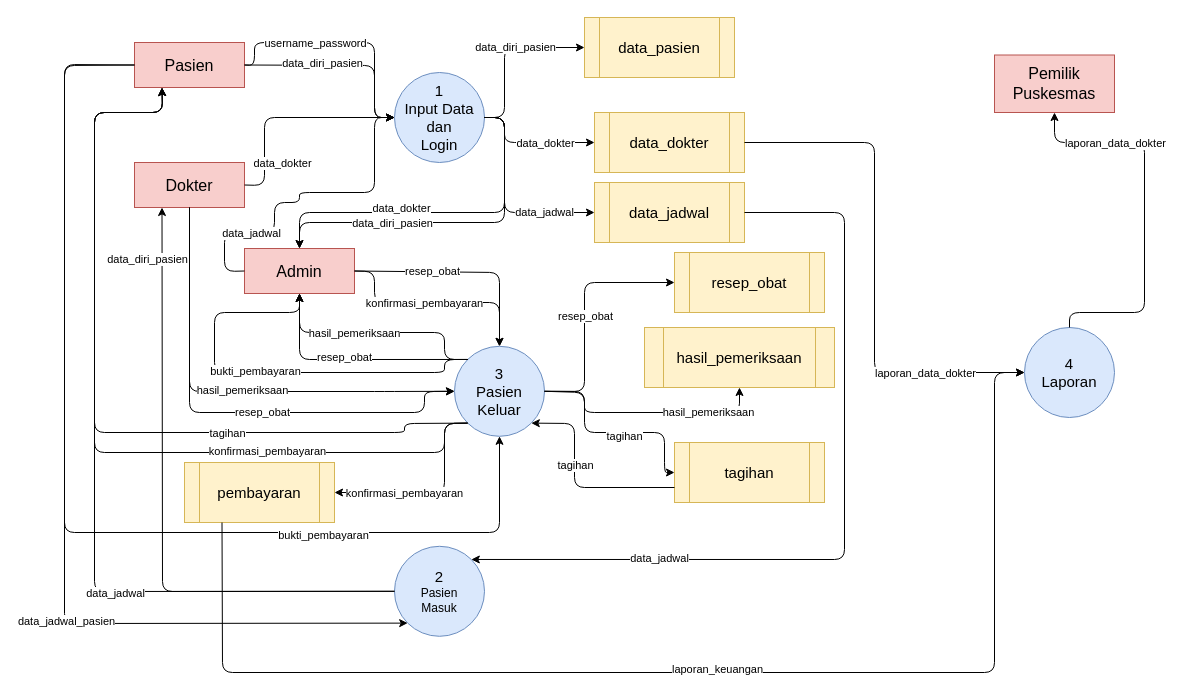
Earlier version of the draw.io diagram Sistem Informasi Puskesmas/DFD Level 0(drawio).drawio (rshby/Belajar_Sertifikasi_System_Analist). Source tidied: cells renumbered, new cells numbered last; positions are measured from the earlier drawing's top-left corner, leaving out a move shared by most shapes. Both pictures are drawn from the tidied source at 100%, with x=0, y=0 at pixel (64, 17).
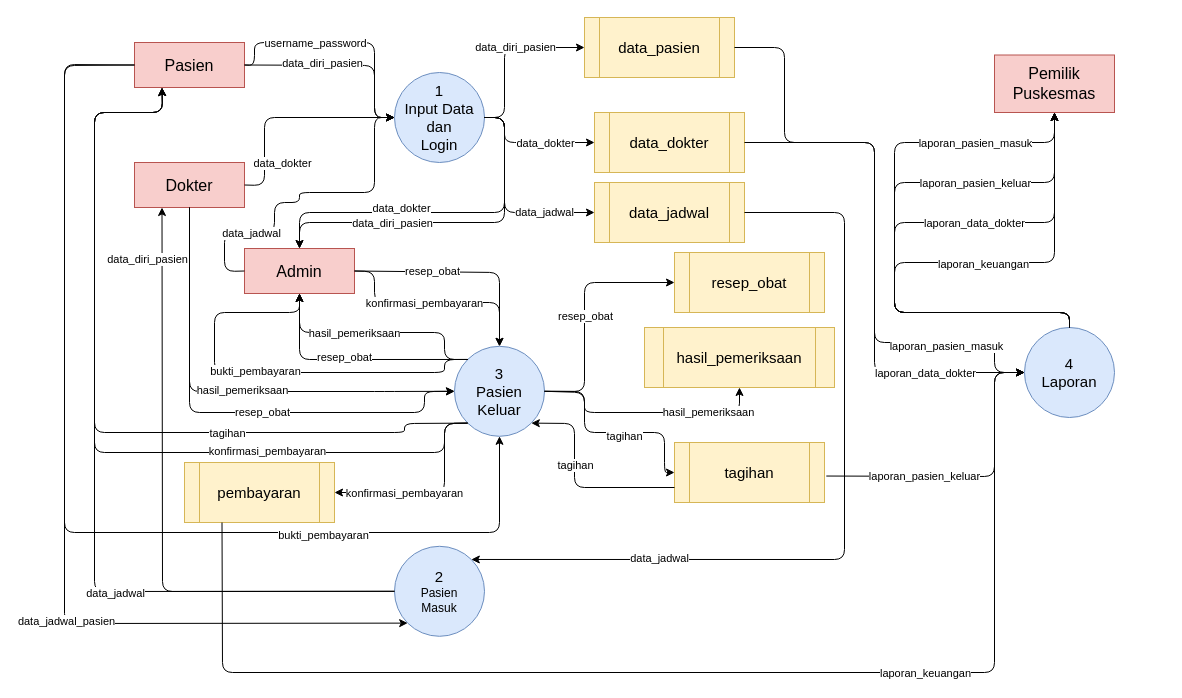
The same diagram, later.

Commit message (it also covers changes not shown here):
DFD Level 0 Sudah Selesai

The change refers to these unchanged cells:
```xml
<mxCell id="5" value="&lt;span style=&quot;font-size: 15px&quot;&gt;4&lt;br&gt;Laporan&lt;br&gt;&lt;/span&gt;" style="ellipse;whiteSpace=wrap;html=1;fillColor=#dae8fc;strokeColor=#6c8ebf;" parent="1" vertex="1">
  <mxGeometry x="960" y="310" width="90" height="90" as="geometry" />
</mxCell>
<mxCell id="9" value="&lt;font style=&quot;font-size: 16px&quot;&gt;Pemilik&lt;br&gt;Puskesmas&lt;br&gt;&lt;/font&gt;" style="rounded=0;whiteSpace=wrap;html=1;fillColor=#f8cecc;strokeColor=#b85450;" parent="1" vertex="1">
  <mxGeometry x="930" y="37.5" width="120" height="57.5" as="geometry" />
</mxCell>
<mxCell id="10" value="&lt;font style=&quot;font-size: 15px&quot;&gt;data_pasien&lt;/font&gt;" style="shape=process;whiteSpace=wrap;html=1;backgroundOutline=1;fillColor=#fff2cc;strokeColor=#d6b656;" parent="1" vertex="1">
  <mxGeometry x="520" width="150" height="60" as="geometry" />
</mxCell>
<mxCell id="14" value="&lt;font style=&quot;font-size: 15px&quot;&gt;tagihan&lt;/font&gt;" style="shape=process;whiteSpace=wrap;html=1;backgroundOutline=1;fillColor=#fff2cc;strokeColor=#d6b656;" parent="1" vertex="1">
  <mxGeometry x="610" y="425" width="150" height="60" as="geometry" />
</mxCell>
<mxCell id="76" style="endArrow=classic;html=1;exitX=0.25;exitY=1;exitDx=0;exitDy=0;entryX=0;entryY=0.5;entryDx=0;entryDy=0;" parent="1" edge="1" source="15" target="5">
  <mxGeometry relative="1" as="geometry">
    <Array as="points">
      <mxPoint x="158" y="655" />
      <mxPoint x="930" y="655" />
      <mxPoint x="930" y="355" />
    </Array>
  </mxGeometry>
</mxCell>
```

What changed in the source:
```diff
@@
     <mxCell id="74" style="endArrow=classic;html=1;exitX=0.5;exitY=0;exitDx=0;exitDy=0;entryX=0.5;entryY=1;entryDx=0;entryDy=0;" parent="1" edge="1" source="5" target="9">
       <mxGeometry relative="1" as="geometry">
         <Array as="points">
           <mxPoint x="1005" y="295" />
-          <mxPoint x="1080" y="295" />
-          <mxPoint x="1080" y="125" />
+          <mxPoint x="830" y="295" />
+          <mxPoint x="830" y="205" />
+          <mxPoint x="990" y="205" />
           <mxPoint x="990" y="125" />
         </Array>
       </mxGeometry>
     </mxCell>
     <mxCell id="75" value="laporan_data_dokter" style="edgeLabel;html=1;align=center;verticalAlign=middle;" parent="74" vertex="1">
       <mxGeometry x="-0.79" y="-1" relative="1" as="geometry">
-        <mxPoint x="20" y="-171" as="offset" />
+        <mxPoint x="-52.3" y="-89" as="offset" />
       </mxGeometry>
     </mxCell>
@@
     <mxCell id="77" value="laporan_keuangan" style="edgeLabel;html=1;align=center;verticalAlign=middle;" parent="76" vertex="1">
-      <mxGeometry x="0.03" y="4" relative="1" as="geometry" />
+      <mxGeometry x="0.03" y="4" relative="1" as="geometry">
+        <mxPoint x="207.3" y="4" as="offset" />
+      </mxGeometry>
     </mxCell>
+    <mxCell id="78" style="endArrow=classic;html=1;exitX=1;exitY=0.5;exitDx=0;exitDy=0;entryX=0;entryY=0.5;entryDx=0;entryDy=0;" parent="1" edge="1" source="10" target="5">
+      <mxGeometry relative="1" as="geometry">
+        <Array as="points">
+          <mxPoint x="720" y="30" />
+          <mxPoint x="720" y="125" />
+          <mxPoint x="810" y="125" />
+          <mxPoint x="810" y="325" />
+          <mxPoint x="930" y="325" />
+          <mxPoint x="930" y="355" />
+        </Array>
+      </mxGeometry>
+    </mxCell>
+    <mxCell id="79" value="laporan_pasien_masuk" style="edgeLabel;html=1;align=center;verticalAlign=middle;" parent="78" vertex="1">
+      <mxGeometry x="0.42" y="-1" relative="1" as="geometry">
+        <mxPoint x="69.3" y="2.8" as="offset" />
+      </mxGeometry>
+    </mxCell>
+    <mxCell id="80" style="endArrow=classic;html=1;exitX=1.012;exitY=0.559;exitDx=0;exitDy=0;entryX=0;entryY=0.5;entryDx=0;entryDy=0;exitPerimeter=0;" parent="1" edge="1" source="14" target="5">
+      <mxGeometry relative="1" as="geometry">
+        <Array as="points">
+          <mxPoint x="930" y="459" />
+          <mxPoint x="930" y="405" />
+          <mxPoint x="930" y="355" />
+        </Array>
+      </mxGeometry>
+    </mxCell>
+    <mxCell id="81" value="laporan_pasien_keluar" style="edgeLabel;html=1;align=center;verticalAlign=middle;" parent="80" vertex="1">
+      <mxGeometry x="-0.25" relative="1" as="geometry">
+        <mxPoint x="-15.6" as="offset" />
+      </mxGeometry>
+    </mxCell>
+    <mxCell id="82" style="endArrow=classic;html=1;exitX=0.5;exitY=0;exitDx=0;exitDy=0;entryX=0.5;entryY=1;entryDx=0;entryDy=0;" parent="1" edge="1" source="5" target="9">
+      <mxGeometry relative="1" as="geometry">
+        <Array as="points">
+          <mxPoint x="1005" y="295" />
+          <mxPoint x="830" y="295" />
+          <mxPoint x="830" y="125" />
+          <mxPoint x="990" y="125" />
+        </Array>
+      </mxGeometry>
+    </mxCell>
+    <mxCell id="83" value="laporan_pasien_masuk" style="edgeLabel;html=1;align=center;verticalAlign=middle;" parent="82" vertex="1">
+      <mxGeometry x="0.49" y="-1" relative="1" as="geometry">
+        <mxPoint x="30.9" y="-1" as="offset" />
+      </mxGeometry>
+    </mxCell>
+    <mxCell id="84" style="endArrow=classic;html=1;exitX=0.5;exitY=0;exitDx=0;exitDy=0;entryX=0.5;entryY=1;entryDx=0;entryDy=0;" parent="1" edge="1" source="5" target="9">
+      <mxGeometry relative="1" as="geometry">
+        <Array as="points">
+          <mxPoint x="1005" y="295" />
+          <mxPoint x="830" y="295" />
+          <mxPoint x="830" y="165" />
+          <mxPoint x="990" y="165" />
+        </Array>
+      </mxGeometry>
+    </mxCell>
+    <mxCell id="85" value="laporan_pasien_keluar" style="edgeLabel;html=1;align=center;verticalAlign=middle;" parent="84" vertex="1">
+      <mxGeometry x="0.39" y="-1" relative="1" as="geometry">
+        <mxPoint x="18.3" y="-1" as="offset" />
+      </mxGeometry>
+    </mxCell>
+    <mxCell id="86" style="endArrow=classic;html=1;exitX=0.5;exitY=0;exitDx=0;exitDy=0;" parent="1" edge="1" source="5">
+      <mxGeometry relative="1" as="geometry">
+        <mxPoint x="990" y="95" as="targetPoint" />
+        <Array as="points">
+          <mxPoint x="1005" y="295" />
+          <mxPoint x="830" y="295" />
+          <mxPoint x="830" y="245" />
+          <mxPoint x="990" y="245" />
+        </Array>
+      </mxGeometry>
+    </mxCell>
+    <mxCell id="87" value="laporan_keuangan" style="edgeLabel;html=1;align=center;verticalAlign=middle;" parent="86" vertex="1">
+      <mxGeometry x="0.04" y="-1" relative="1" as="geometry">
+        <mxPoint x="42.8" as="offset" />
+      </mxGeometry>
+    </mxCell>
```
